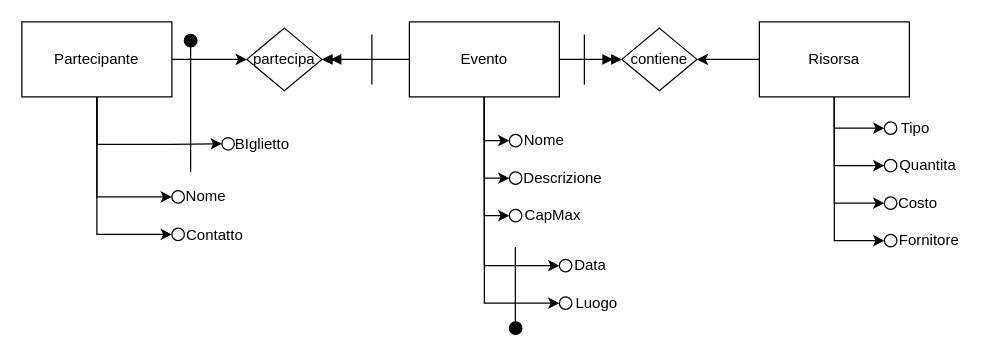
Before: Gestione_Eventi.drawio in CEPPABLU/Esercizi_I-M, a draw.io diagram. Source tidied: cells renumbered, new cells numbered last; positions are measured from the earlier drawing's top-left corner, leaving out a move shared by most shapes. Both pictures are drawn from the tidied source at 125%, with x=0, y=0 at pixel (21, 21).
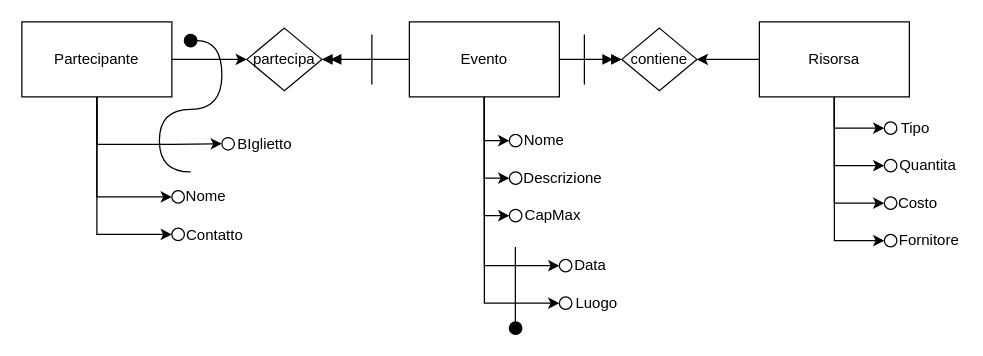
The same diagram, later.

The change refers to these unchanged cells:
```xml
<mxCell id="48" style="ellipse;whiteSpace=wrap;html=1;fillColor=#000000;" parent="1" vertex="1">
  <mxGeometry x="130" y="10" width="10" height="10" as="geometry" />
</mxCell>
```

Change to the diagram source:
```diff
@@
-    <mxCell id="47" style="endArrow=none;html=1;rounded=0;" parent="1" edge="1" target="48">
+    <mxCell id="47" style="endArrow=none;html=1;rounded=0;edgeStyle=orthogonalEdgeStyle;curved=1;" parent="1" edge="1" target="48">
       <mxGeometry relative="1" as="geometry">
         <mxPoint x="135" y="120" as="sourcePoint" />
+        <Array as="points">
+          <mxPoint x="110" y="120" />
+          <mxPoint x="110" y="70" />
+          <mxPoint x="160" y="70" />
+          <mxPoint x="160" y="15" />
+        </Array>
       </mxGeometry>
     </mxCell>
@@
     <mxCell id="52" value="BIglietto" style="text;html=1;align=center;verticalAlign=middle;whiteSpace=wrap;rounded=0;" parent="1" vertex="1">
-      <mxGeometry x="170" y="85" width="45" height="25" as="geometry" />
+      <mxGeometry x="172" y="85" width="45" height="25" as="geometry" />
     </mxCell>
```
